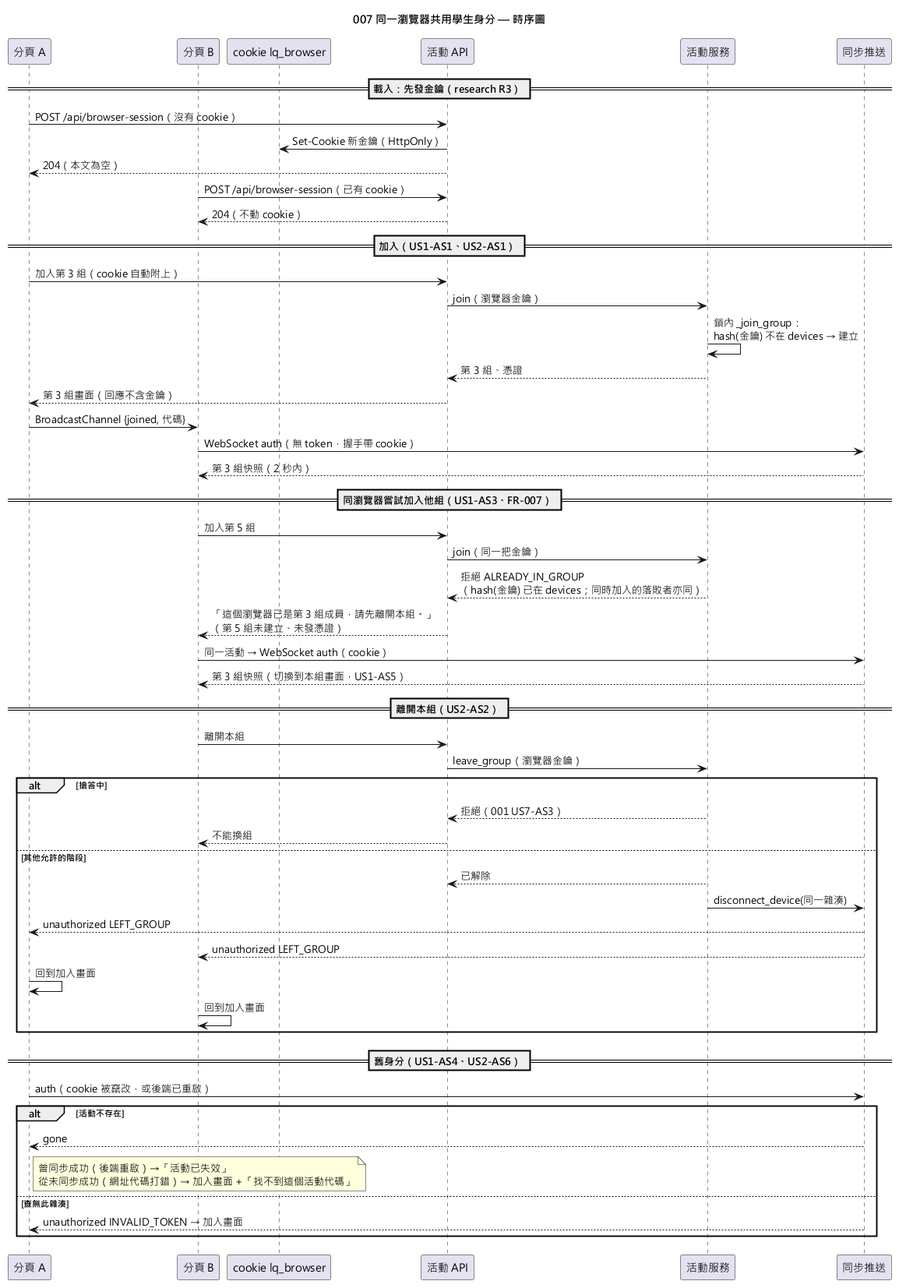
Earlier version of the PlantUML export diagrams/007-browser-identity-sync-sequence.png (EricC430/lecture-answer-first_group16_speckit).
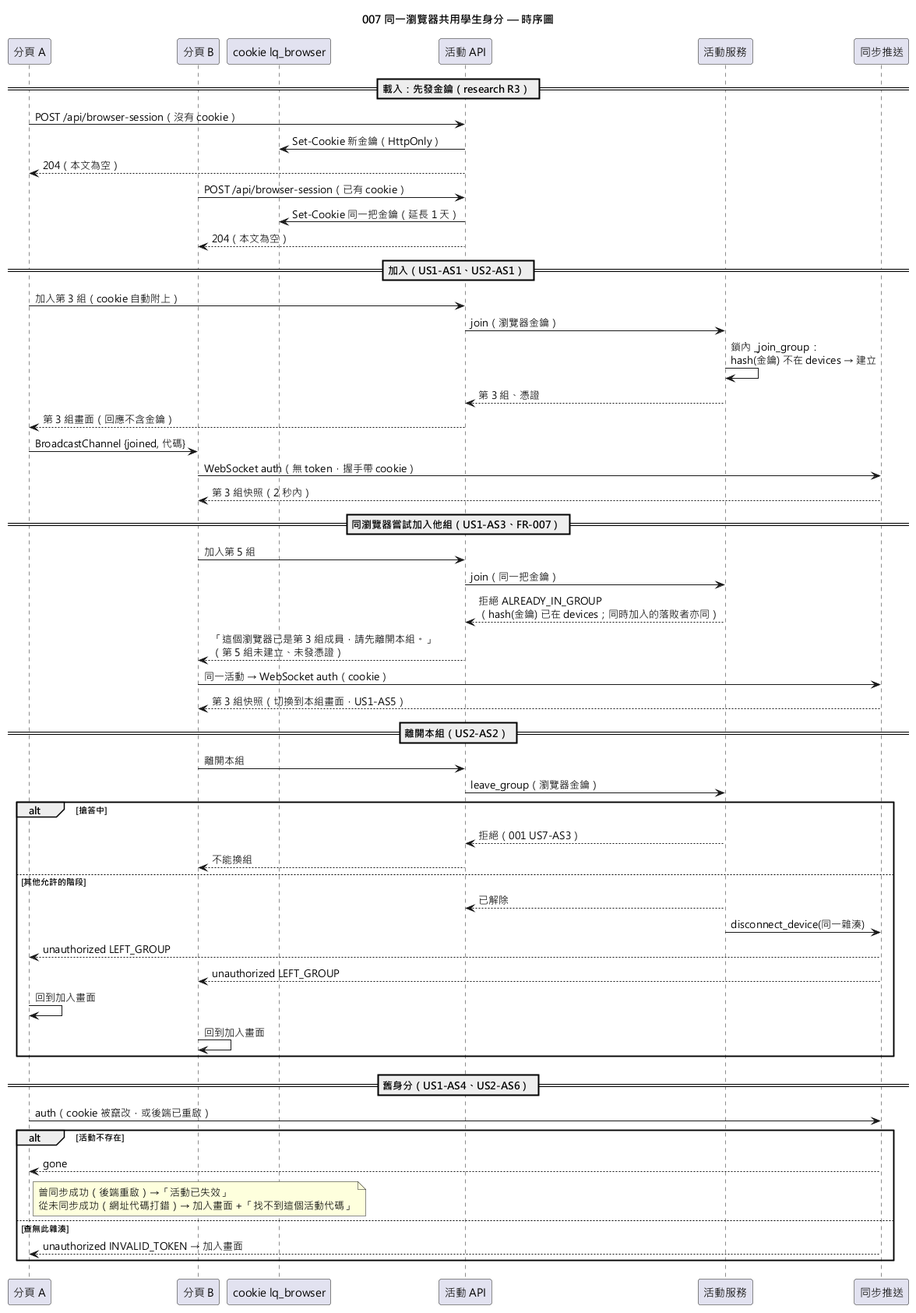
After the change.

The edit, as a diff of the source:
```diff
@@ -15,7 +15,8 @@
 Api -> Store : Set-Cookie 新金鑰（HttpOnly）
 Api --> A : 204（本文為空）
 B -> Api : POST /api/browser-session（已有 cookie）
-Api --> B : 204（不動 cookie）
+Api -> Store : Set-Cookie 同一把金鑰（延長 1 天）
+Api --> B : 204（本文為空）
 
 == 加入（US1-AS1、US2-AS1） ==
 A -> Api : 加入第 3 組（cookie 自動附上）
```
